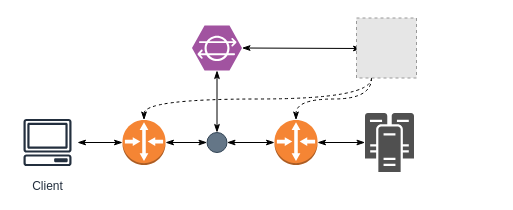
The draw.io diagram stateful-processing.drawio in deepaknadig/draw.io, before the edit. Source tidied: cells renumbered, new cells numbered last; positions are measured from the earlier drawing's top-left corner, leaving out a move shared by most shapes. Both pictures are drawn from the tidied source at 100%, with x=0, y=0 at pixel (17, 17). Pictures stored in the file or linked from it are replaced by grey dashed boxes.
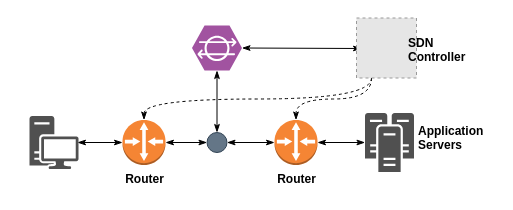
The same page after the edit.

Change to the diagram source:
```diff
@@
-    <mxCell id="2" style="edgeStyle=none;rounded=0;jettySize=auto;html=1;entryX=0;entryY=0.5;entryDx=0;entryDy=0;entryPerimeter=0;startArrow=classicThin;startFill=1;endArrow=classicThin;endFill=1;" parent="1" edge="1" source="3" target="5">
-      <mxGeometry relative="1" as="geometry" />
+    <mxCell id="2" style="edgeStyle=none;rounded=0;jettySize=auto;html=1;entryX=0;entryY=0.5;entryDx=0;entryDy=0;entryPerimeter=0;startArrow=classicThin;startFill=1;endArrow=classicThin;endFill=1;" parent="1" edge="1" target="5">
+      <mxGeometry relative="1" as="geometry">
+        <mxPoint x="60" y="125" as="sourcePoint" />
+      </mxGeometry>
     </mxCell>
-    <mxCell id="3" value="Client" style="outlineConnect=0;fontColor=#232F3E;gradientColor=none;strokeColor=#232F3E;fillColor=#ffffff;dashed=0;verticalLabelPosition=bottom;verticalAlign=top;align=center;html=1;fontSize=12;fontStyle=0;shape=mxgraph.aws4.resourceIcon;resIcon=mxgraph.aws4.client;" parent="1" vertex="1">
-      <mxGeometry y="95" width="60" height="60" as="geometry" />
-    </mxCell>
@@
-    <mxCell id="5" style="outlineConnect=0;dashed=0;verticalLabelPosition=bottom;verticalAlign=top;align=center;html=1;shape=mxgraph.aws3.router;fillColor=#F58534;gradientColor=none;" parent="1" vertex="1">
+    <mxCell id="5" value="&lt;b&gt;Router&lt;/b&gt;" style="outlineConnect=0;dashed=0;verticalLabelPosition=bottom;verticalAlign=top;align=center;html=1;shape=mxgraph.aws3.router;fillColor=#F58534;gradientColor=none;" parent="1" vertex="1">
       <mxGeometry x="105" y="102.5" width="43" height="45" as="geometry" />
     </mxCell>
@@
-    <mxCell id="7" style="outlineConnect=0;dashed=0;verticalLabelPosition=bottom;verticalAlign=top;align=center;html=1;shape=mxgraph.aws3.router;fillColor=#F58534;gradientColor=none;" parent="1" vertex="1">
+    <mxCell id="7" value="&lt;b&gt;Router&lt;/b&gt;" style="outlineConnect=0;dashed=0;verticalLabelPosition=bottom;verticalAlign=top;align=center;html=1;shape=mxgraph.aws3.router;fillColor=#F58534;gradientColor=none;" parent="1" vertex="1">
       <mxGeometry x="257" y="102.5" width="43" height="45" as="geometry" />
     </mxCell>
@@
+    <mxCell id="17" value="&lt;div&gt;&lt;b&gt;SDN&lt;/b&gt;&lt;/div&gt;&lt;div&gt;&lt;b&gt;Controller&lt;br&gt;&lt;/b&gt;&lt;/div&gt;" style="text;html=1;align=left;verticalAlign=top;spacingTop=-4;" parent="1" vertex="1">
+      <mxGeometry x="389" y="15.5" width="70" height="30" as="geometry" />
+    </mxCell>
+    <mxCell id="18" value="&lt;div&gt;&lt;b&gt;Application&lt;/b&gt;&lt;/div&gt;&lt;div&gt;&lt;b&gt;Servers&lt;br&gt;&lt;/b&gt;&lt;/div&gt;" style="text;html=1;align=left;verticalAlign=top;spacingTop=-4;" parent="1" vertex="1">
+      <mxGeometry x="399" y="104" width="80" height="30" as="geometry" />
+    </mxCell>
+    <mxCell id="19" style="shadow=0;dashed=0;html=1;strokeColor=none;fillColor=#505050;labelPosition=center;verticalLabelPosition=bottom;verticalAlign=top;align=center;shape=mxgraph.office.devices.workstation;" parent="1" vertex="1">
+      <mxGeometry x="12" y="98.5" width="49" height="53" as="geometry" />
+    </mxCell>
```
